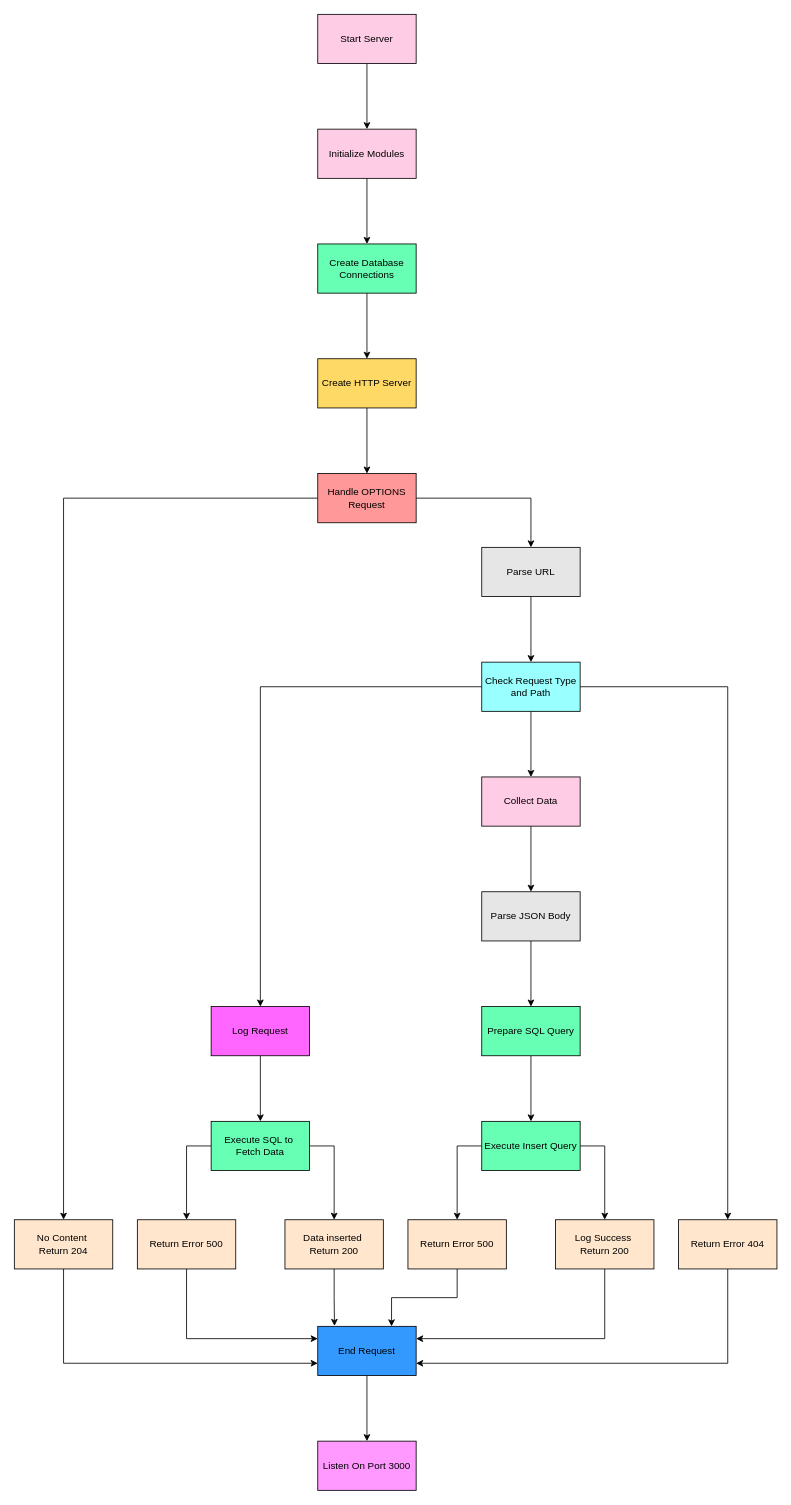
Earlier version of the draw.io diagram server_flowchart.drawio (sindregjone/TempAndHumSens). Source tidied: cells renumbered, new cells numbered last; positions are measured from the earlier drawing's top-left corner, leaving out a move shared by most shapes. Both pictures are drawn from the tidied source at 82%, with x=0, y=0 at pixel (14, 14).
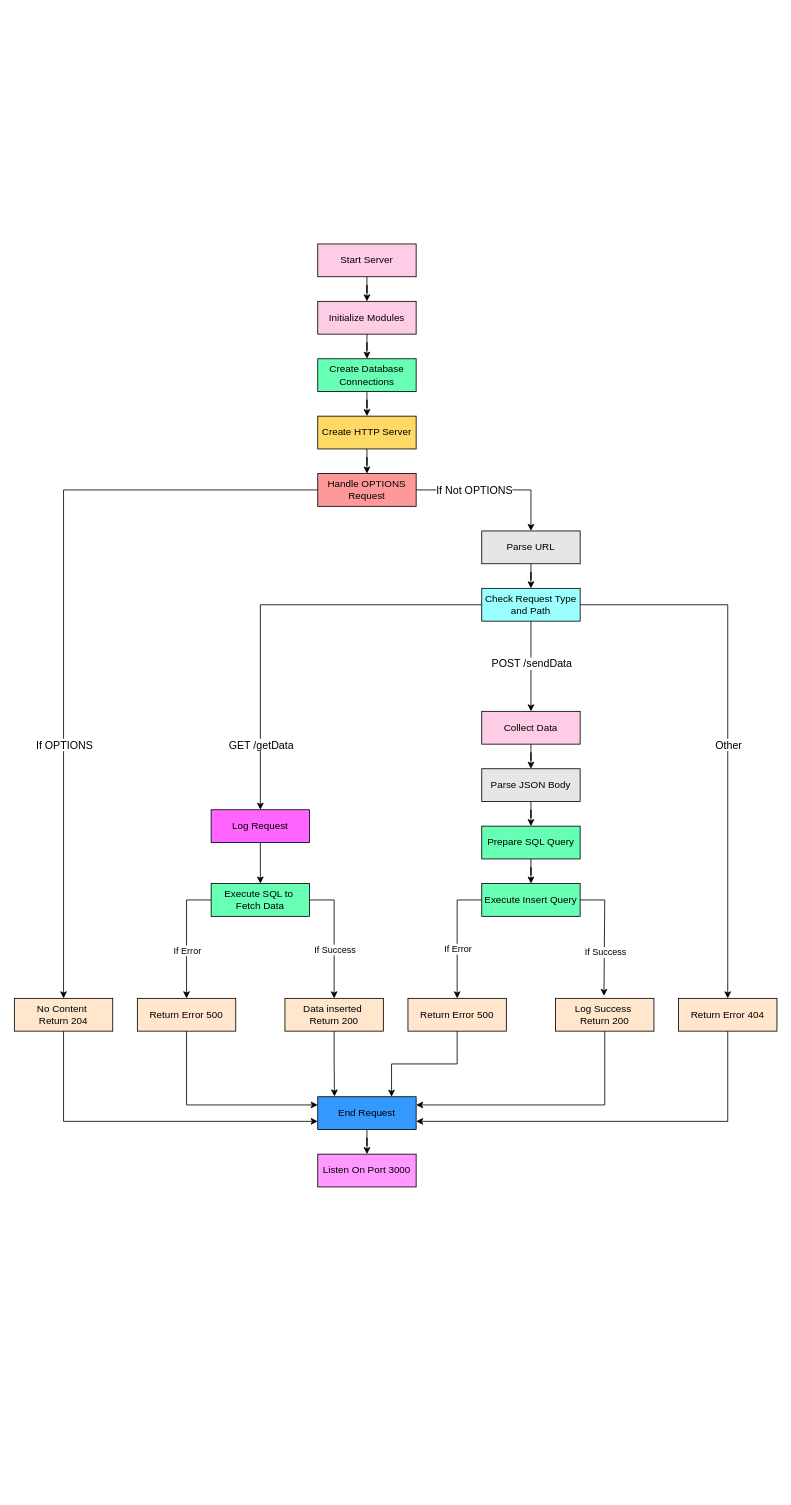
The same diagram, later.

The change refers to these unchanged cells:
```xml
<mxCell id="10" style="edgeStyle=orthogonalEdgeStyle;rounded=0;jettySize=auto;html=1;" parent="1" edge="1" source="12" target="14">
  <mxGeometry relative="1" as="geometry" />
</mxCell>
<mxCell id="11" style="edgeStyle=orthogonalEdgeStyle;rounded=0;jettySize=auto;html=1;entryX=0.5;entryY=0;entryDx=0;entryDy=0;" parent="1" edge="1" source="12" target="43">
  <mxGeometry relative="1" as="geometry" />
</mxCell>
<mxCell id="15" style="edgeStyle=orthogonalEdgeStyle;rounded=0;jettySize=auto;html=1;" parent="1" edge="1" source="18" target="20">
  <mxGeometry relative="1" as="geometry" />
</mxCell>
<mxCell id="16" style="edgeStyle=orthogonalEdgeStyle;rounded=0;jettySize=auto;html=1;" parent="1" edge="1" source="18" target="33">
  <mxGeometry relative="1" as="geometry" />
</mxCell>
<mxCell id="17" style="edgeStyle=orthogonalEdgeStyle;rounded=0;jettySize=auto;html=1;entryX=0.5;entryY=0;entryDx=0;entryDy=0;" parent="1" edge="1" source="18" target="41">
  <mxGeometry relative="1" as="geometry" />
</mxCell>
```

The edit, as a diff of the source:
```diff
@@
     <mxCell id="3" value="Start Server" style="rounded=0;whiteSpace=wrap;html=1;fillColor=#FFCCE6;" parent="1" vertex="1">
-      <mxGeometry x="370" width="120" height="60" as="geometry" />
+      <mxGeometry x="370" y="280" width="120" height="40" as="geometry" />
     </mxCell>
@@
     <mxCell id="5" value="Initialize Modules" style="rounded=0;whiteSpace=wrap;html=1;fillColor=#FFCCE6;" parent="1" vertex="1">
-      <mxGeometry x="370" y="140" width="120" height="60" as="geometry" />
+      <mxGeometry x="370" y="350" width="120" height="40" as="geometry" />
     </mxCell>
@@
     <mxCell id="7" value="Create Database Connections" style="rounded=0;whiteSpace=wrap;html=1;fillColor=#66FFB3;" parent="1" vertex="1">
-      <mxGeometry x="370" y="280" width="120" height="60" as="geometry" />
+      <mxGeometry x="370" y="420" width="120" height="40" as="geometry" />
     </mxCell>
@@
     <mxCell id="9" value="Create HTTP Server" style="rounded=0;whiteSpace=wrap;html=1;fillColor=#FFD966;" parent="1" vertex="1">
-      <mxGeometry x="370" y="420" width="120" height="60" as="geometry" />
+      <mxGeometry x="370" y="490" width="120" height="40" as="geometry" />
     </mxCell>
@@
+    <mxCell id="48" value="If Not OPTIONS" style="edgeLabel;html=1;align=center;verticalAlign=middle;fontSize=13;" parent="10" vertex="1">
+      <mxGeometry x="-0.26" y="1" relative="1" as="geometry" />
+    </mxCell>
@@
+    <mxCell id="49" value="If OPTIONS" style="edgeLabel;html=1;align=center;verticalAlign=middle;fontSize=13;" parent="11" vertex="1">
+      <mxGeometry relative="1" as="geometry">
+        <mxPoint y="155" as="offset" />
+      </mxGeometry>
+    </mxCell>
     <mxCell id="12" value="Handle OPTIONS Request" style="rounded=0;whiteSpace=wrap;html=1;fillColor=#FF9999;" parent="1" vertex="1">
-      <mxGeometry x="370" y="560" width="120" height="60" as="geometry" />
+      <mxGeometry x="370" y="560" width="120" height="40" as="geometry" />
     </mxCell>
@@
     <mxCell id="14" value="Parse URL" style="rounded=0;whiteSpace=wrap;html=1;fillColor=#E6E6E6;" parent="1" vertex="1">
-      <mxGeometry x="570" y="650" width="120" height="60" as="geometry" />
+      <mxGeometry x="570" y="630" width="120" height="40" as="geometry" />
     </mxCell>
@@
+    <mxCell id="50" value="POST /sendData" style="edgeLabel;html=1;align=center;verticalAlign=middle;fontSize=13;" parent="15" vertex="1">
+      <mxGeometry x="-0.31" y="1" relative="1" as="geometry">
+        <mxPoint x="-1" y="13" as="offset" />
+      </mxGeometry>
+    </mxCell>
@@
+    <mxCell id="51" value="Other" style="edgeLabel;html=1;align=center;verticalAlign=middle;fontSize=13;" parent="16" vertex="1">
+      <mxGeometry x="0.07" y="4" relative="1" as="geometry">
+        <mxPoint x="-4" y="-3" as="offset" />
+      </mxGeometry>
+    </mxCell>
@@
+    <mxCell id="52" value="GET /getData" style="edgeLabel;html=1;align=center;verticalAlign=middle;fontSize=13;" parent="17" vertex="1">
+      <mxGeometry x="0.32" y="1" relative="1" as="geometry">
+        <mxPoint x="-1" y="97" as="offset" />
+      </mxGeometry>
+    </mxCell>
     <mxCell id="18" value="Check Request Type and Path" style="rounded=0;whiteSpace=wrap;html=1;fillColor=#99FFFF;" parent="1" vertex="1">
-      <mxGeometry x="570" y="790" width="120" height="60" as="geometry" />
+      <mxGeometry x="570" y="700" width="120" height="40" as="geometry" />
     </mxCell>
@@
     <mxCell id="20" value="Collect Data" style="whiteSpace=wrap;html=1;rounded=0;fillColor=#FFCCE6;" parent="1" vertex="1">
-      <mxGeometry x="570" y="930" width="120" height="60" as="geometry" />
+      <mxGeometry x="570" y="850" width="120" height="40" as="geometry" />
     </mxCell>
@@
     <mxCell id="22" value="Parse JSON Body" style="whiteSpace=wrap;html=1;rounded=0;fillColor=#E6E6E6;" parent="1" vertex="1">
-      <mxGeometry x="570" y="1070" width="120" height="60" as="geometry" />
+      <mxGeometry x="570" y="920" width="120" height="40" as="geometry" />
     </mxCell>
@@
     <mxCell id="24" value="Prepare SQL Query" style="whiteSpace=wrap;html=1;rounded=0;fillColor=#66FFB3;" parent="1" vertex="1">
-      <mxGeometry x="570" y="1210" width="120" height="60" as="geometry" />
+      <mxGeometry x="570" y="990" width="120" height="40" as="geometry" />
     </mxCell>
-    <mxCell id="25" style="edgeStyle=orthogonalEdgeStyle;rounded=0;jettySize=auto;html=1;entryX=0.5;entryY=0;entryDx=0;entryDy=0;" parent="1" edge="1" source="27" target="29">
-      <mxGeometry relative="1" as="geometry">
-        <Array as="points">
-          <mxPoint x="540" y="1380" />
-          <mxPoint x="540" y="1470" />
-        </Array>
-      </mxGeometry>
-    </mxCell>
-    <mxCell id="26" style="edgeStyle=orthogonalEdgeStyle;rounded=0;jettySize=auto;html=1;entryX=0.5;entryY=0;entryDx=0;entryDy=0;" parent="1" edge="1" source="27" target="31">
-      <mxGeometry relative="1" as="geometry">
-        <Array as="points">
-          <mxPoint x="720" y="1380" />
-        </Array>
-      </mxGeometry>
-    </mxCell>
     <mxCell id="27" value="Execute Insert Query" style="whiteSpace=wrap;html=1;rounded=0;fillColor=#66FFB3;" parent="1" vertex="1">
-      <mxGeometry x="570" y="1350" width="120" height="60" as="geometry" />
+      <mxGeometry x="570" y="1060" width="120" height="40" as="geometry" />
     </mxCell>
@@
     <mxCell id="29" value="Return Error 500" style="whiteSpace=wrap;html=1;rounded=0;fillColor=#FFE6CC;" parent="1" vertex="1">
-      <mxGeometry x="480" y="1470" width="120" height="60" as="geometry" />
+      <mxGeometry x="480" y="1200" width="120" height="40" as="geometry" />
     </mxCell>
     <mxCell id="30" style="edgeStyle=orthogonalEdgeStyle;rounded=0;jettySize=auto;html=1;entryX=1;entryY=0.25;entryDx=0;entryDy=0;" parent="1" edge="1" source="31" target="45">
       <mxGeometry relative="1" as="geometry">
         <Array as="points">
-          <mxPoint x="720" y="1615" />
+          <mxPoint x="720" y="1330" />
         </Array>
       </mxGeometry>
     </mxCell>
     <mxCell id="31" value="Log Success&amp;nbsp;&lt;div&gt;Return 200&lt;/div&gt;" style="whiteSpace=wrap;html=1;rounded=0;fillColor=#FFE6CC;" parent="1" vertex="1">
-      <mxGeometry x="660" y="1470" width="120" height="60" as="geometry" />
+      <mxGeometry x="660" y="1200" width="120" height="40" as="geometry" />
     </mxCell>
     <mxCell id="32" style="edgeStyle=orthogonalEdgeStyle;rounded=0;jettySize=auto;html=1;entryX=1;entryY=0.75;entryDx=0;entryDy=0;" parent="1" edge="1" source="33" target="45">
       <mxGeometry relative="1" as="geometry">
         <Array as="points">
-          <mxPoint x="870" y="1645" />
+          <mxPoint x="870" y="1350" />
         </Array>
       </mxGeometry>
     </mxCell>
     <mxCell id="33" value="Return Error 404" style="whiteSpace=wrap;html=1;rounded=0;fillColor=#FFE6CC;" parent="1" vertex="1">
-      <mxGeometry x="810" y="1470" width="120" height="60" as="geometry" />
+      <mxGeometry x="810" y="1200" width="120" height="40" as="geometry" />
     </mxCell>
     <mxCell id="34" value="Data inserted&amp;nbsp;&lt;div&gt;Return 200&lt;/div&gt;" style="rounded=0;whiteSpace=wrap;html=1;fillColor=#FFE6CC;" parent="1" vertex="1">
-      <mxGeometry x="330" y="1470" width="120" height="60" as="geometry" />
+      <mxGeometry x="330" y="1200" width="120" height="40" as="geometry" />
     </mxCell>
     <mxCell id="35" style="edgeStyle=orthogonalEdgeStyle;rounded=0;jettySize=auto;html=1;entryX=0;entryY=0.25;entryDx=0;entryDy=0;" parent="1" edge="1" source="36" target="45">
       <mxGeometry relative="1" as="geometry">
         <Array as="points">
-          <mxPoint x="210" y="1615" />
+          <mxPoint x="210" y="1330" />
         </Array>
       </mxGeometry>
     </mxCell>
     <mxCell id="36" value="Return Error 500" style="rounded=0;whiteSpace=wrap;html=1;fillColor=#FFE6CC;" parent="1" vertex="1">
-      <mxGeometry x="150" y="1470" width="120" height="60" as="geometry" />
+      <mxGeometry x="150" y="1200" width="120" height="40" as="geometry" />
     </mxCell>
-    <mxCell id="37" style="edgeStyle=orthogonalEdgeStyle;rounded=0;jettySize=auto;html=1;entryX=0.5;entryY=0;entryDx=0;entryDy=0;" parent="1" edge="1" source="39" target="34">
-      <mxGeometry relative="1" as="geometry">
-        <Array as="points">
-          <mxPoint x="390" y="1380" />
-        </Array>
-      </mxGeometry>
-    </mxCell>
-    <mxCell id="38" style="edgeStyle=orthogonalEdgeStyle;rounded=0;jettySize=auto;html=1;entryX=0.5;entryY=0;entryDx=0;entryDy=0;" parent="1" edge="1" source="39" target="36">
-      <mxGeometry relative="1" as="geometry">
-        <Array as="points">
-          <mxPoint x="210" y="1380" />
-        </Array>
-      </mxGeometry>
-    </mxCell>
     <mxCell id="39" value="Execute SQL to&amp;nbsp;&lt;div&gt;Fetch Data&lt;/div&gt;" style="rounded=0;whiteSpace=wrap;html=1;fillColor=#66FFB3;" parent="1" vertex="1">
-      <mxGeometry x="240" y="1350" width="120" height="60" as="geometry" />
+      <mxGeometry x="240" y="1060" width="120" height="40" as="geometry" />
     </mxCell>
@@
     <mxCell id="41" value="Log Request" style="whiteSpace=wrap;html=1;rounded=0;fillColor=#FF66FF;" parent="1" vertex="1">
-      <mxGeometry x="240" y="1210" width="120" height="60" as="geometry" />
+      <mxGeometry x="240" y="970" width="120" height="40" as="geometry" />
     </mxCell>
     <mxCell id="42" style="edgeStyle=orthogonalEdgeStyle;rounded=0;jettySize=auto;html=1;entryX=0;entryY=0.75;entryDx=0;entryDy=0;" parent="1" edge="1" source="43" target="45">
       <mxGeometry relative="1" as="geometry">
         <Array as="points">
-          <mxPoint x="60" y="1645" />
+          <mxPoint x="60" y="1350" />
         </Array>
       </mxGeometry>
     </mxCell>
     <mxCell id="43" value="No Content&amp;nbsp;&lt;div&gt;Return 204&lt;/div&gt;" style="rounded=0;whiteSpace=wrap;html=1;fillColor=#FFE6CC;" parent="1" vertex="1">
-      <mxGeometry y="1470" width="120" height="60" as="geometry" />
+      <mxGeometry y="1200" width="120" height="40" as="geometry" />
     </mxCell>
@@
     <mxCell id="45" value="End Request" style="rounded=0;whiteSpace=wrap;html=1;fillColor=#3399FF;" parent="1" vertex="1">
-      <mxGeometry x="370" y="1600" width="120" height="60" as="geometry" />
+      <mxGeometry x="370" y="1320" width="120" height="40" as="geometry" />
     </mxCell>
@@
     <mxCell id="47" value="Listen On Port 3000" style="whiteSpace=wrap;html=1;rounded=0;fillColor=#FF99FF;" parent="1" vertex="1">
-      <mxGeometry x="370" y="1740" width="120" height="60" as="geometry" />
+      <mxGeometry x="370" y="1390" width="120" height="40" as="geometry" />
     </mxCell>
+    <mxCell id="25" style="endArrow=classic;html=1;rounded=0;exitX=0;exitY=0.5;exitDx=0;exitDy=0;entryX=0.5;entryY=0;entryDx=0;entryDy=0;" parent="1" edge="1" source="27" target="29">
+      <mxGeometry relative="1" as="geometry">
+        <Array as="points">
+          <mxPoint x="540" y="1080" />
+        </Array>
+      </mxGeometry>
+    </mxCell>
+    <mxCell id="53" value="If Error" style="edgeLabel;html=1;align=center;verticalAlign=middle;" parent="25" vertex="1">
+      <mxGeometry x="0.07" y="1" relative="1" as="geometry">
+        <mxPoint x="-1" y="9" as="offset" />
+      </mxGeometry>
+    </mxCell>
+    <mxCell id="26" style="endArrow=classic;html=1;rounded=0;exitX=1;exitY=0.5;exitDx=0;exitDy=0;entryX=0.492;entryY=-0.075;entryDx=0;entryDy=0;entryPerimeter=0;" parent="1" edge="1" source="27" target="31">
+      <mxGeometry relative="1" as="geometry">
+        <Array as="points">
+          <mxPoint x="720" y="1080" />
+        </Array>
+      </mxGeometry>
+    </mxCell>
+    <mxCell id="54" value="If Success" style="edgeLabel;html=1;align=center;verticalAlign=middle;" parent="26" vertex="1">
+      <mxGeometry x="0.27" y="1" relative="1" as="geometry" />
+    </mxCell>
+    <mxCell id="37" style="endArrow=classic;html=1;rounded=0;exitX=1;exitY=0.5;exitDx=0;exitDy=0;entryX=0.5;entryY=0;entryDx=0;entryDy=0;" parent="1" edge="1" source="39" target="34">
+      <mxGeometry relative="1" as="geometry">
+        <Array as="points">
+          <mxPoint x="390" y="1080" />
+        </Array>
+      </mxGeometry>
+    </mxCell>
+    <mxCell id="55" value="If Success" style="edgeLabel;html=1;align=center;verticalAlign=middle;" parent="37" vertex="1">
+      <mxGeometry x="0.06" y="1" relative="1" as="geometry">
+        <mxPoint x="-1" y="10" as="offset" />
+      </mxGeometry>
+    </mxCell>
+    <mxCell id="38" style="endArrow=classic;html=1;rounded=0;exitX=0;exitY=0.5;exitDx=0;exitDy=0;entryX=0.5;entryY=0;entryDx=0;entryDy=0;" parent="1" edge="1" source="39" target="36">
+      <mxGeometry relative="1" as="geometry">
+        <Array as="points">
+          <mxPoint x="210" y="1080" />
+        </Array>
+      </mxGeometry>
+    </mxCell>
+    <mxCell id="56" value="If Error" style="edgeLabel;html=1;align=center;verticalAlign=middle;" parent="38" vertex="1">
+      <mxGeometry x="0.21" y="-2" relative="1" as="geometry">
+        <mxPoint x="2" as="offset" />
+      </mxGeometry>
+    </mxCell>
```
